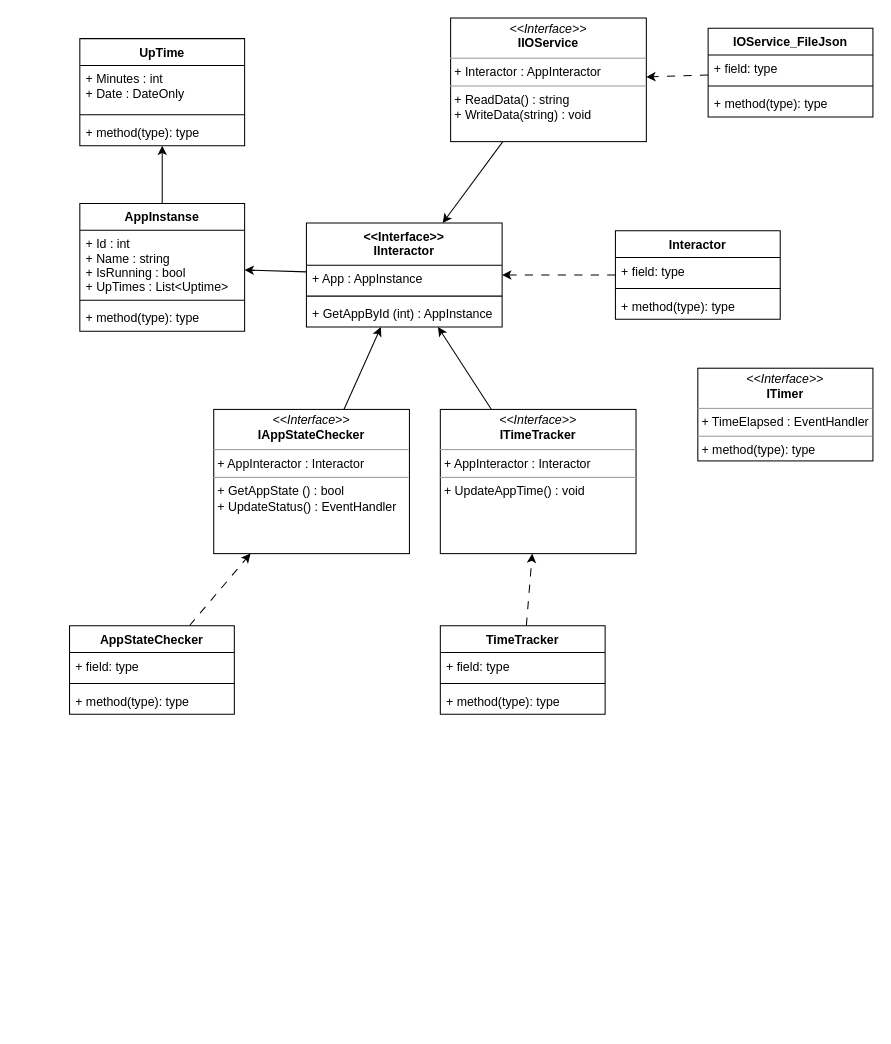
Earlier version of the draw.io diagram page "TrackedAppClasses" (2 of 5) of docs/Diagrams/Diagram1.drawio (villaclara/ata-reborn). Source tidied: cells renumbered, new cells numbered last; positions are measured from the earlier drawing's top-left corner, leaving out a move shared by most shapes. Both pictures are drawn from the tidied source at 103%, with x=0, y=0 at pixel (69, 18).
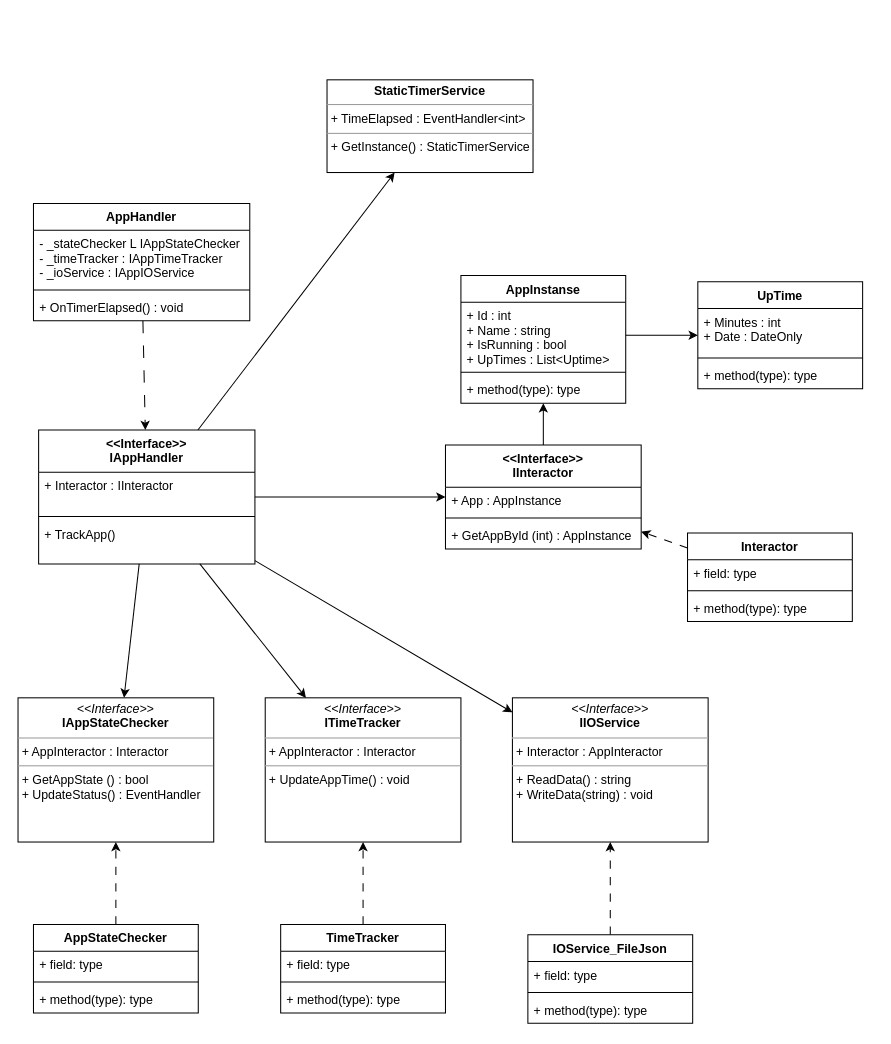
The same page after the edit.

The change refers to these unchanged cells:
```xml
<mxCell id="4" value="+ Id : int&#10;+ Name : string&#10;+ IsRunning : bool&#10;+ UpTimes : List&lt;Uptime&gt;" style="text;strokeColor=none;fillColor=none;align=left;verticalAlign=top;spacingLeft=4;spacingRight=4;overflow=hidden;points=[[0,0.5],[1,0.5]];portConstraint=eastwest;" parent="3" vertex="1">
  <mxGeometry y="26" width="160" height="64" as="geometry" />
</mxCell>
<mxCell id="10" value="+ method(type): type" style="text;strokeColor=none;fillColor=none;align=left;verticalAlign=top;spacingLeft=4;spacingRight=4;overflow=hidden;points=[[0,0.5],[1,0.5]];portConstraint=eastwest;" parent="7" vertex="1">
  <mxGeometry y="78" width="160" height="26" as="geometry" />
</mxCell>
```

Diff of the diagram source:
```diff
@@
-    <mxCell id="2" style="edgeStyle=none;html=1;" parent="1" edge="1" source="3" target="10">
-      <mxGeometry relative="1" as="geometry" />
-    </mxCell>
     <mxCell id="3" value="AppInstanse" style="swimlane;fontStyle=1;align=center;verticalAlign=top;horizontal=1;startSize=26;" parent="1" vertex="1">
-      <mxGeometry x="10" y="180" width="160" height="124" as="geometry" />
+      <mxGeometry x="380" y="250" width="160" height="124" as="geometry" />
     </mxCell>
@@
     <mxCell id="7" value="UpTime" style="swimlane;fontStyle=1;align=center;verticalAlign=top;horizontal=1;startSize=26;" parent="1" vertex="1">
-      <mxGeometry x="10" y="20" width="160" height="104" as="geometry" />
+      <mxGeometry x="610" y="256" width="160" height="104" as="geometry" />
     </mxCell>
@@
     <mxCell id="12" value="AppStateChecker" style="swimlane;fontStyle=1;align=center;verticalAlign=top;horizontal=1;startSize=26;" parent="1" vertex="1">
-      <mxGeometry y="590" width="160" height="86" as="geometry" />
+      <mxGeometry x="-35" y="880" width="160" height="86" as="geometry" />
     </mxCell>
@@
-    <mxCell id="16" style="edgeStyle=none;html=1;" parent="1" edge="1" source="17" target="19">
-      <mxGeometry relative="1" as="geometry" />
-    </mxCell>
     <mxCell id="17" value="&lt;p style=&quot;margin:0px;margin-top:4px;text-align:center;&quot;&gt;&lt;i&gt;&amp;lt;&amp;lt;Interface&amp;gt;&amp;gt;&lt;/i&gt;&lt;br&gt;&lt;b&gt;IAppStateChecker&lt;/b&gt;&lt;/p&gt;&lt;hr size=&quot;1&quot;&gt;&lt;p style=&quot;margin:0px;margin-left:4px;&quot;&gt;+ AppInteractor : Interactor&lt;/p&gt;&lt;hr size=&quot;1&quot;&gt;&lt;p style=&quot;margin:0px;margin-left:4px;&quot;&gt;+ GetAppState () : bool&lt;br&gt;&lt;/p&gt;&lt;p style=&quot;margin:0px;margin-left:4px;&quot;&gt;+ UpdateStatus() : EventHandler&lt;/p&gt;" style="verticalAlign=top;align=left;overflow=fill;fontSize=12;fontFamily=Helvetica;html=1;" parent="1" vertex="1">
-      <mxGeometry x="140" y="380" width="190" height="140" as="geometry" />
+      <mxGeometry x="-50" y="660" width="190" height="140" as="geometry" />
     </mxCell>
@@
     <mxCell id="19" value="&lt;&lt;Interface&gt;&gt;&#10;IInteractor" style="swimlane;fontStyle=1;align=center;verticalAlign=top;horizontal=1;startSize=41;" parent="1" vertex="1">
-      <mxGeometry x="230" y="199" width="190" height="101" as="geometry" />
+      <mxGeometry x="365" y="414.5" width="190" height="101" as="geometry" />
     </mxCell>
@@
-    <mxCell id="23" style="edgeStyle=none;html=1;" parent="1" edge="1" source="24" target="19">
-      <mxGeometry relative="1" as="geometry" />
-    </mxCell>
     <mxCell id="24" value="&lt;p style=&quot;margin:0px;margin-top:4px;text-align:center;&quot;&gt;&lt;i&gt;&amp;lt;&amp;lt;Interface&amp;gt;&amp;gt;&lt;/i&gt;&lt;br&gt;&lt;b&gt;ITimeTracker&lt;/b&gt;&lt;/p&gt;&lt;hr size=&quot;1&quot;&gt;&lt;p style=&quot;margin:0px;margin-left:4px;&quot;&gt;+ AppInteractor : Interactor&lt;/p&gt;&lt;hr size=&quot;1&quot;&gt;&lt;p style=&quot;margin:0px;margin-left:4px;&quot;&gt;+ UpdateAppTime() : void&lt;br&gt;&lt;/p&gt;" style="verticalAlign=top;align=left;overflow=fill;fontSize=12;fontFamily=Helvetica;html=1;" parent="1" vertex="1">
-      <mxGeometry x="360" y="380" width="190" height="140" as="geometry" />
+      <mxGeometry x="190" y="660" width="190" height="140" as="geometry" />
     </mxCell>
@@
     <mxCell id="26" value="TimeTracker" style="swimlane;fontStyle=1;align=center;verticalAlign=top;horizontal=1;startSize=26;" parent="1" vertex="1">
-      <mxGeometry x="360" y="590" width="160" height="86" as="geometry" />
+      <mxGeometry x="205" y="880" width="160" height="86" as="geometry" />
     </mxCell>
@@
-    <mxCell id="30" style="edgeStyle=none;html=1;" parent="1" edge="1" source="31" target="19">
-      <mxGeometry relative="1" as="geometry" />
-    </mxCell>
     <mxCell id="31" value="&lt;p style=&quot;margin:0px;margin-top:4px;text-align:center;&quot;&gt;&lt;i&gt;&amp;lt;&amp;lt;Interface&amp;gt;&amp;gt;&lt;/i&gt;&lt;br&gt;&lt;b&gt;IIOService&lt;/b&gt;&lt;/p&gt;&lt;hr size=&quot;1&quot;&gt;&lt;p style=&quot;margin:0px;margin-left:4px;&quot;&gt;+ Interactor : AppInteractor&lt;/p&gt;&lt;hr size=&quot;1&quot;&gt;&lt;p style=&quot;margin:0px;margin-left:4px;&quot;&gt;+ ReadData() : string&lt;/p&gt;&lt;p style=&quot;margin:0px;margin-left:4px;&quot;&gt;+ WriteData(string) : void&lt;/p&gt;" style="verticalAlign=top;align=left;overflow=fill;fontSize=12;fontFamily=Helvetica;html=1;" parent="1" vertex="1">
-      <mxGeometry x="370" width="190" height="120" as="geometry" />
+      <mxGeometry x="430" y="660" width="190" height="140" as="geometry" />
     </mxCell>
@@
     <mxCell id="33" value="Interactor" style="swimlane;fontStyle=1;align=center;verticalAlign=top;horizontal=1;startSize=26;" parent="1" vertex="1">
-      <mxGeometry x="530" y="206.5" width="160" height="86" as="geometry" />
+      <mxGeometry x="600" y="500" width="160" height="86" as="geometry" />
     </mxCell>
@@
     <mxCell id="38" value="IOService_FileJson" style="swimlane;fontStyle=1;align=center;verticalAlign=top;horizontal=1;startSize=26;" parent="1" vertex="1">
-      <mxGeometry x="620" y="10" width="160" height="86" as="geometry" />
+      <mxGeometry x="445" y="890" width="160" height="86" as="geometry" />
     </mxCell>
@@
-    <mxCell id="42" value="&lt;p style=&quot;margin:0px;margin-top:4px;text-align:center;&quot;&gt;&lt;i&gt;&amp;lt;&amp;lt;Interface&amp;gt;&amp;gt;&lt;/i&gt;&lt;br&gt;&lt;b&gt;ITimer&lt;/b&gt;&lt;/p&gt;&lt;hr size=&quot;1&quot;&gt;&lt;p style=&quot;margin:0px;margin-left:4px;&quot;&gt;+ TimeElapsed : EventHandler&lt;/p&gt;&lt;hr size=&quot;1&quot;&gt;&lt;p style=&quot;margin:0px;margin-left:4px;&quot;&gt;+ method(type): type&lt;br&gt;&lt;/p&gt;" style="verticalAlign=top;align=left;overflow=fill;fontSize=12;fontFamily=Helvetica;html=1;" parent="1" vertex="1">
-      <mxGeometry x="610" y="340" width="170" height="90" as="geometry" />
+    <mxCell id="42" value="&lt;p style=&quot;margin:0px;margin-top:4px;text-align:center;&quot;&gt;&lt;b&gt;StaticTimerService&lt;/b&gt;&lt;/p&gt;&lt;hr size=&quot;1&quot;&gt;&lt;p style=&quot;margin:0px;margin-left:4px;&quot;&gt;+ TimeElapsed : EventHandler&amp;lt;int&amp;gt;&lt;/p&gt;&lt;hr size=&quot;1&quot;&gt;&lt;p style=&quot;margin:0px;margin-left:4px;&quot;&gt;+ GetInstance() : StaticTimerService&lt;br&gt;&lt;/p&gt;" style="verticalAlign=top;align=left;overflow=fill;fontSize=12;fontFamily=Helvetica;html=1;" parent="1" vertex="1">
+      <mxGeometry x="250" y="60" width="200" height="90" as="geometry" />
     </mxCell>
+    <mxCell id="43" style="edgeStyle=none;html=1;" parent="1" edge="1" source="48" target="19">
+      <mxGeometry relative="1" as="geometry" />
+    </mxCell>
+    <mxCell id="44" style="edgeStyle=none;html=1;" parent="1" edge="1" source="48" target="17">
+      <mxGeometry relative="1" as="geometry" />
+    </mxCell>
+    <mxCell id="45" style="edgeStyle=none;html=1;" parent="1" edge="1" source="48" target="24">
+      <mxGeometry relative="1" as="geometry" />
+    </mxCell>
+    <mxCell id="46" style="edgeStyle=none;html=1;" parent="1" edge="1" source="48" target="31">
+      <mxGeometry relative="1" as="geometry" />
+    </mxCell>
+    <mxCell id="47" style="edgeStyle=none;html=1;" parent="1" edge="1" source="48" target="42">
+      <mxGeometry relative="1" as="geometry" />
+    </mxCell>
+    <mxCell id="48" value="&lt;&lt;Interface&gt;&gt;&#10;IAppHandler" style="swimlane;fontStyle=1;align=center;verticalAlign=top;horizontal=1;startSize=41;" parent="1" vertex="1">
+      <mxGeometry x="-30" y="400" width="210" height="130" as="geometry" />
+    </mxCell>
+    <mxCell id="49" value="+ Interactor : IInteractor" style="text;strokeColor=none;fillColor=none;align=left;verticalAlign=top;spacingLeft=4;spacingRight=4;overflow=hidden;" parent="48" vertex="1">
+      <mxGeometry y="41" width="210" height="39" as="geometry" />
+    </mxCell>
+    <mxCell id="50" style="line;strokeWidth=1;fillColor=none;align=left;verticalAlign=middle;spacingTop=-1;spacingLeft=3;spacingRight=3;labelPosition=right;strokeColor=inherit;" parent="48" vertex="1">
+      <mxGeometry y="80" width="210" height="8" as="geometry" />
+    </mxCell>
+    <mxCell id="51" value="+ TrackApp()" style="text;strokeColor=none;fillColor=none;align=left;verticalAlign=top;spacingLeft=4;spacingRight=4;overflow=hidden;" parent="48" vertex="1">
+      <mxGeometry y="88" width="210" height="42" as="geometry" />
+    </mxCell>
+    <mxCell id="52" style="edgeStyle=none;html=1;dashed=1;dashPattern=12 12;" parent="1" edge="1" source="53" target="48">
+      <mxGeometry relative="1" as="geometry" />
+    </mxCell>
+    <mxCell id="53" value="AppHandler" style="swimlane;fontStyle=1;align=center;verticalAlign=top;horizontal=1;startSize=26;" parent="1" vertex="1">
+      <mxGeometry x="-35" y="180" width="210" height="114" as="geometry" />
+    </mxCell>
+    <mxCell id="54" value="- _stateChecker L IAppStateChecker&#10;- _timeTracker : IAppTimeTracker&#10;- _ioService : IAppIOService" style="text;strokeColor=none;fillColor=none;align=left;verticalAlign=top;spacingLeft=4;spacingRight=4;overflow=hidden;" parent="53" vertex="1">
+      <mxGeometry y="26" width="210" height="54" as="geometry" />
+    </mxCell>
+    <mxCell id="55" style="line;strokeWidth=1;fillColor=none;align=left;verticalAlign=middle;spacingTop=-1;spacingLeft=3;spacingRight=3;labelPosition=right;strokeColor=inherit;" parent="53" vertex="1">
+      <mxGeometry y="80" width="210" height="8" as="geometry" />
+    </mxCell>
+    <mxCell id="56" value="+ OnTimerElapsed() : void" style="text;strokeColor=none;fillColor=none;align=left;verticalAlign=top;spacingLeft=4;spacingRight=4;overflow=hidden;" parent="53" vertex="1">
+      <mxGeometry y="88" width="210" height="26" as="geometry" />
+    </mxCell>
+    <mxCell id="57" style="edgeStyle=none;html=1;" parent="1" edge="1" source="4" target="7">
+      <mxGeometry relative="1" as="geometry" />
+    </mxCell>
```
